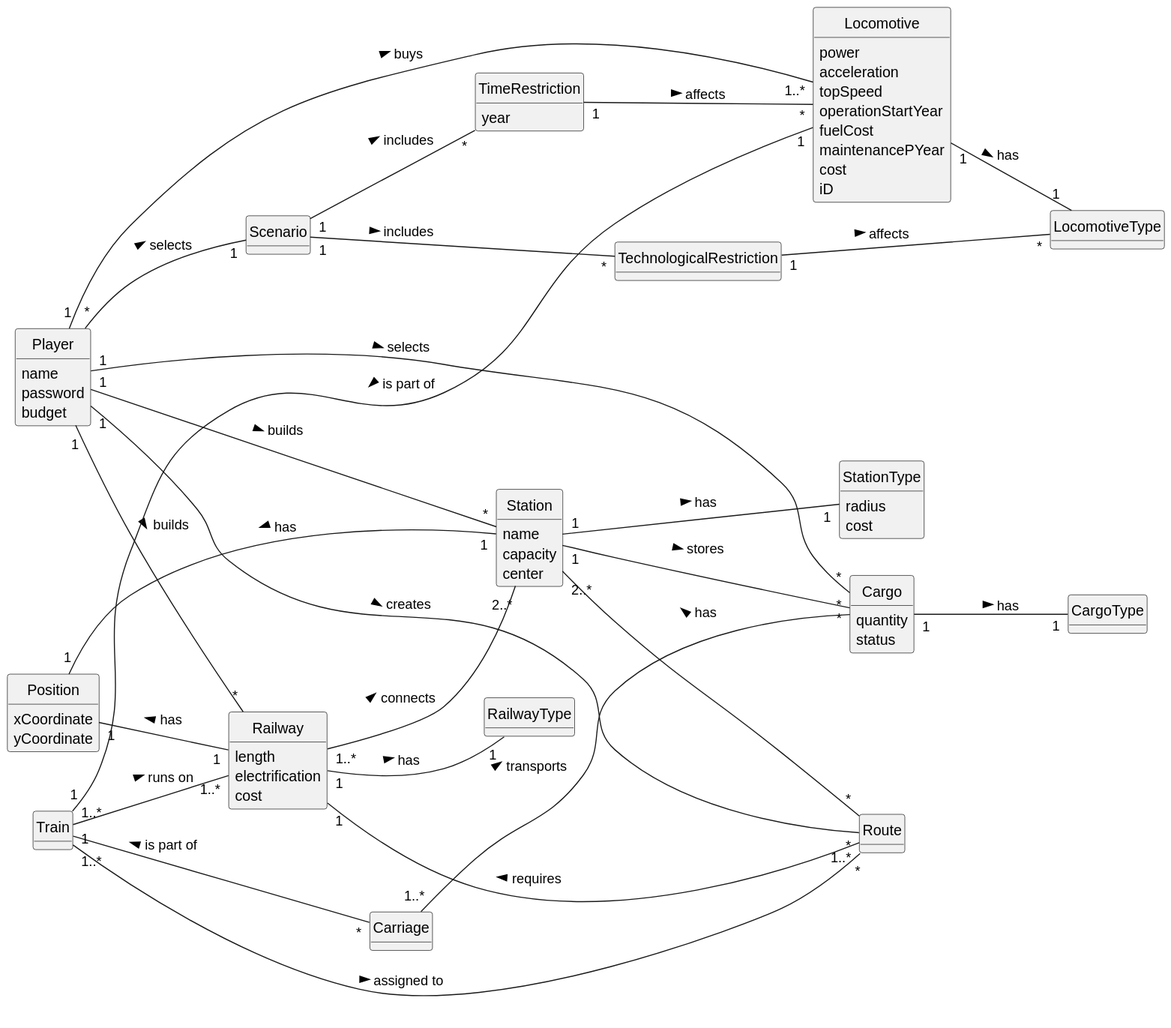
The PlantUML diagram Sprint2/US010/02.analysis/svg/US010-DM.svg in 1240935/pi2-railway-simulator, before a commit.
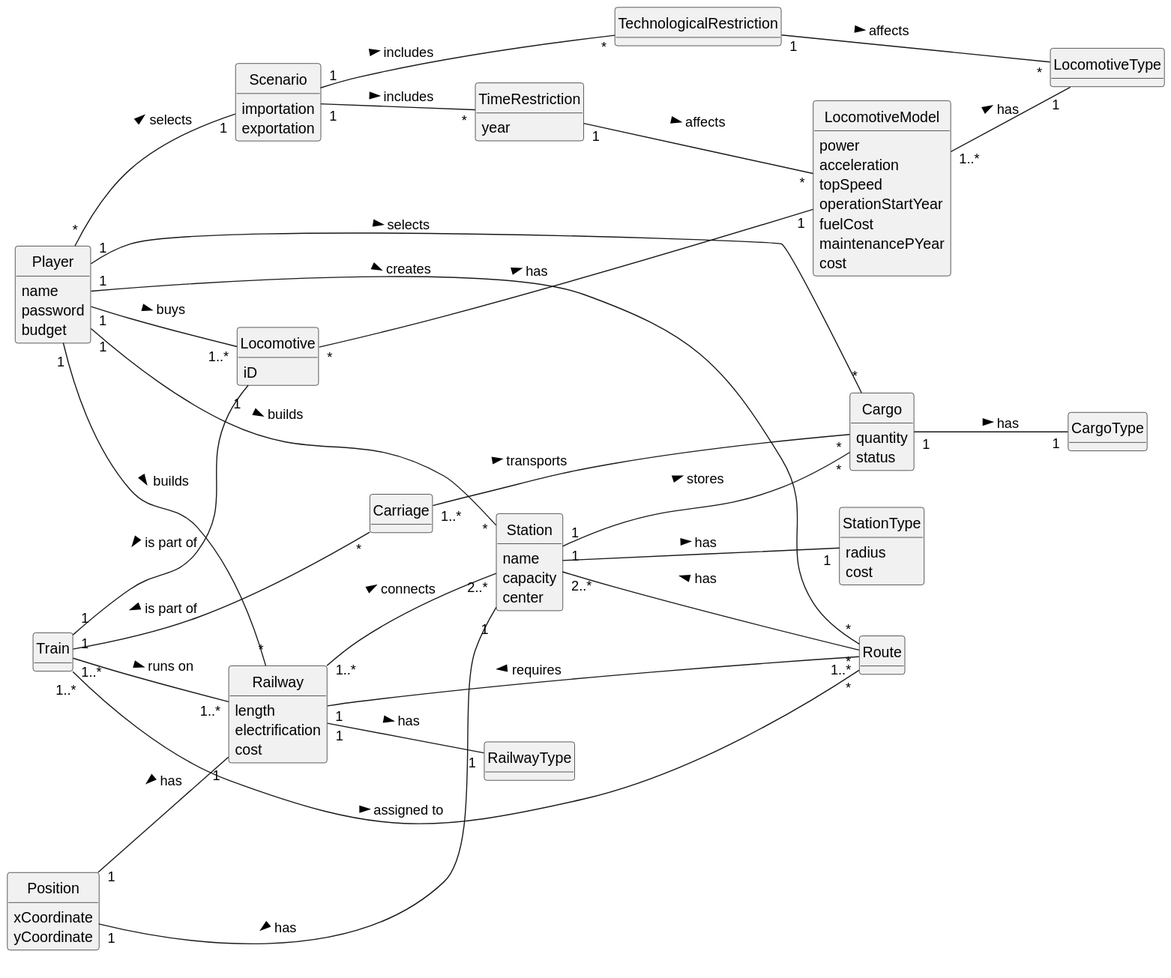
The same diagram one commit later.

Change to the diagram source:
```diff
@@ -15,6 +15,11 @@
 }
 
 class Locomotive {
+    iD
+
+}
+
+class LocomotiveModel{
     power
     acceleration
     topSpeed
@@ -22,7 +27,6 @@
     fuelCost
     maintenancePYear
     cost
-    iD
 }
 
 class LocomotiveType{
@@ -77,6 +81,11 @@
 class TechnologicalRestriction{
 }
 
+class Scenario{
+    importation
+    exportation
+}
+
 Player "*" -- "1" Scenario : selects >
 Player "1" -- "*" Station : builds >
 Player "1" -- "*" Route : creates >
@@ -87,7 +96,7 @@
 Scenario "1" -- "*" TechnologicalRestriction: includes >
 Scenario "1" -- "*" TimeRestriction: includes >
 
-TimeRestriction "1" -- "*" Locomotive: affects >
+TimeRestriction "1" -- "*" LocomotiveModel: affects >
 TechnologicalRestriction "1" -- "*" LocomotiveType: affects >
 
 Position "1" -- "1" Station: has <
@@ -97,7 +106,9 @@
 Station "2..*" -- "*" Route: has <
 Station "1" -- "1" StationType: has >
 
-Locomotive "1" -- "1" LocomotiveType: has >
+Locomotive "*" -- "1" LocomotiveModel: has >
+LocomotiveModel "1..*" -- "1" LocomotiveType: has >
+
 
 Carriage "1..*" -- "*" Cargo: transports >
 
```
